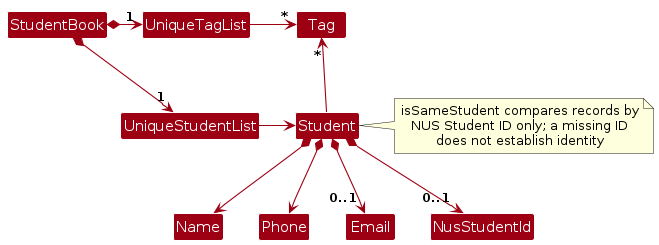
Above: diagrams/BetterModelClassDiagram.png in AY2627S1-CS2103T-T16-1/tp (PlantUML), before the change. Its source is kept beside it as diagrams/BetterModelClassDiagram.puml.
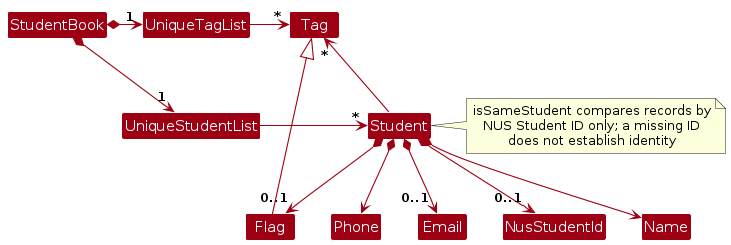
The same diagram one commit later.

Diff of the diagram source:
```diff
@@ -10,7 +10,7 @@
 UniqueTagList -[hidden]down- UniqueStudentList
 
 UniqueTagList -right-> "*" Tag
-UniqueStudentList -right-> Student
+UniqueStudentList -right-> "*" Student
 
 Student -up-> "*" Tag
 
@@ -18,6 +18,8 @@
 Student *--> Phone
 Student *--> "0..1" Email
 Student *--> "0..1" NusStudentId
+Student *--> "0..1" Flag
+Flag --|> Tag
 
 note right of Student
   isSameStudent compares records by
```
